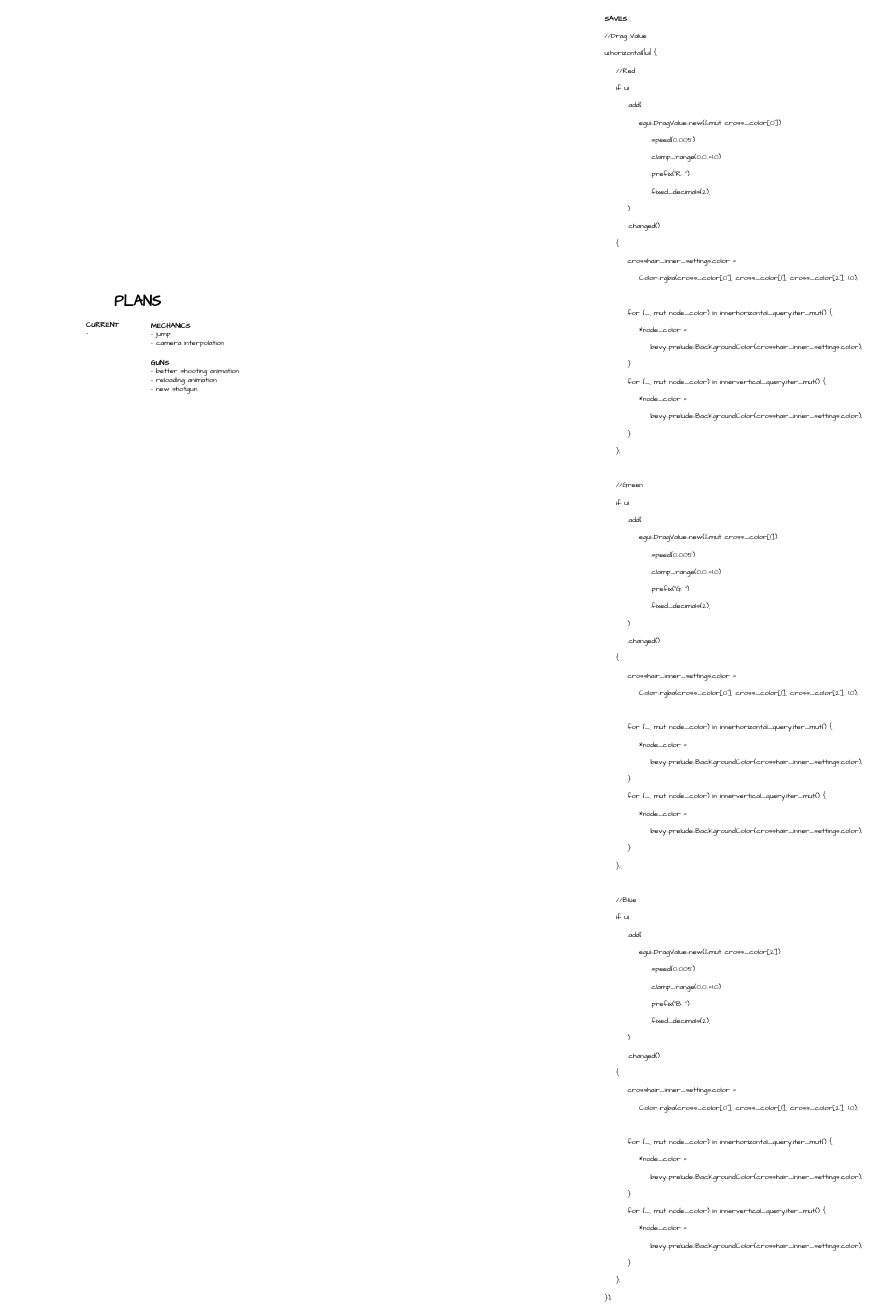
The draw.io diagram plans.drawio in HasChad/bevy-shooting-range, before the edit. Source tidied: cells renumbered, new cells numbered last; positions are measured from the earlier drawing's top-left corner, leaving out a move shared by most shapes. Both pictures are drawn from the tidied source at 36%, with x=0, y=0 at pixel (85, 6).
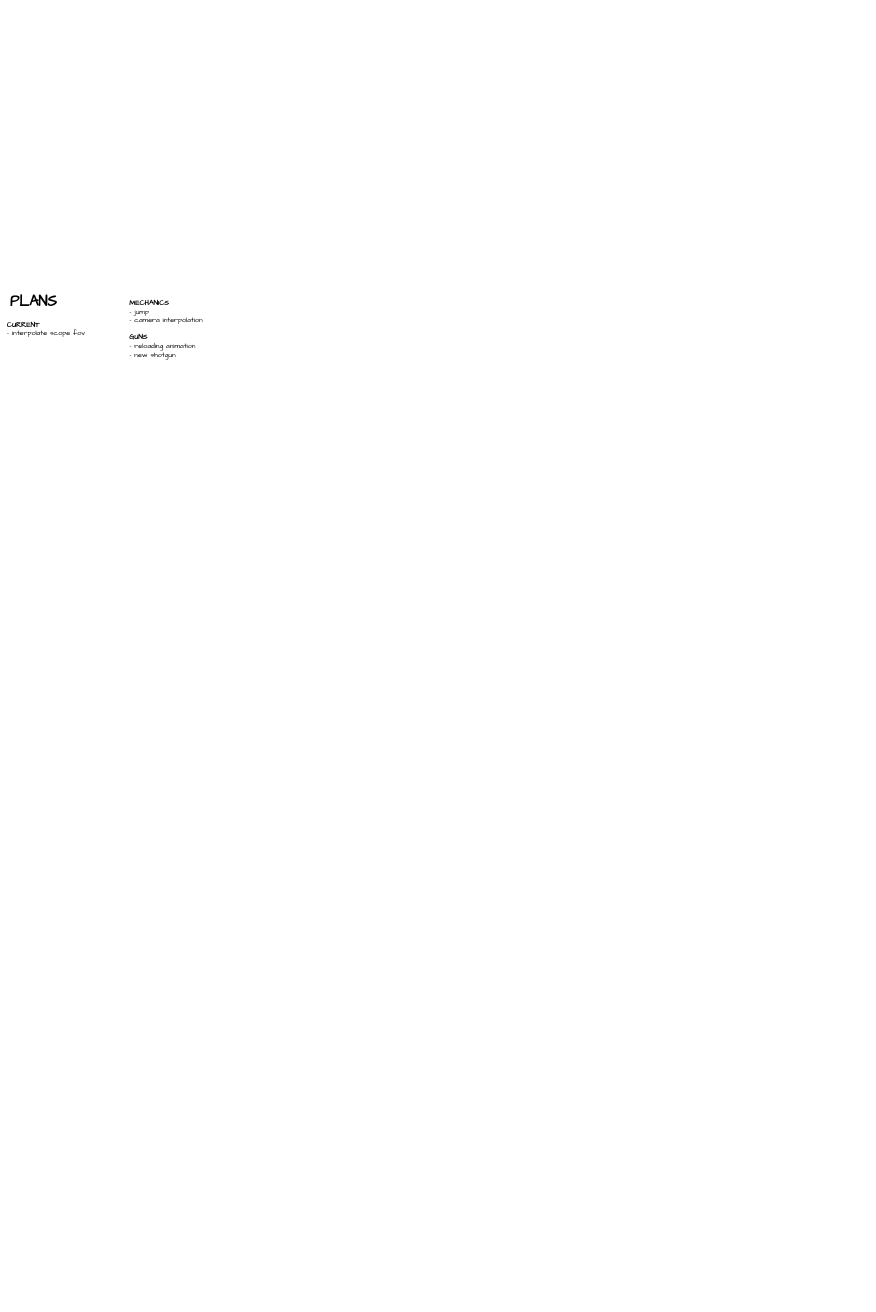
The same page after the edit.

What changed in the source:
```diff
@@
 <mxGraphModel>
   <root>
     <mxCell id="0" />
     <mxCell id="1" parent="0" />
-    <mxCell id="2" value="&lt;b&gt;GUNS&lt;br&gt;&lt;/b&gt;- better shooting animation&lt;br&gt;- reloading animation&lt;br&gt;- new shotgun" style="text;html=1;align=left;verticalAlign=middle;strokeColor=none;fillColor=none;fontSize=20;fontFamily=Architects Daughter;sketch=1;hachureGap=4;jiggle=2;curveFitting=1;" parent="1" vertex="1">
-      <mxGeometry x="180" y="970" width="270" height="110" as="geometry" />
-    </mxCell>
-    <mxCell id="3" value="&lt;b&gt;MECHANICS&lt;/b&gt;&lt;br&gt;- jump&lt;br&gt;- camera interpolation" style="text;html=1;align=left;verticalAlign=middle;strokeColor=none;fillColor=none;fontSize=20;fontFamily=Architects Daughter;sketch=1;hachureGap=4;jiggle=2;curveFitting=1;" parent="1" vertex="1">
-      <mxGeometry x="180" y="865" width="230" height="90" as="geometry" />
+    <mxCell id="3" value="&lt;b&gt;MECHANICS&lt;/b&gt;&lt;br&gt;- jump&lt;br&gt;- camera interpolation&lt;br&gt;&lt;br&gt;&lt;b&gt;GUNS&lt;br&gt;&lt;/b&gt;- reloading animation&lt;br&gt;- new shotgun" style="text;html=1;align=left;verticalAlign=middle;strokeColor=none;fillColor=none;fontSize=20;fontFamily=Architects Daughter;sketch=1;hachureGap=4;jiggle=2;curveFitting=1;" parent="1" vertex="1">
+      <mxGeometry x="120" y="805" width="230" height="180" as="geometry" />
     </mxCell>
-    <mxCell id="4" value="&lt;b&gt;CURRENT&lt;br&gt;&lt;/b&gt;-&amp;nbsp;&lt;b&gt;&lt;br&gt;&lt;/b&gt;" style="text;html=1;align=left;verticalAlign=middle;strokeColor=none;fillColor=none;fontSize=20;fontFamily=Architects Daughter;sketch=1;hachureGap=4;jiggle=2;curveFitting=1;" parent="1" vertex="1">
-      <mxGeometry y="865" width="110" height="60" as="geometry" />
+    <mxCell id="4" value="&lt;b&gt;CURRENT&lt;br&gt;&lt;/b&gt;- interpolate scope fov&lt;b&gt;&lt;br&gt;&lt;/b&gt;" style="text;html=1;align=left;verticalAlign=middle;strokeColor=none;fillColor=none;fontSize=20;fontFamily=Architects Daughter;sketch=1;hachureGap=4;jiggle=2;curveFitting=1;" parent="1" vertex="1">
+      <mxGeometry x="-220" y="865" width="240" height="60" as="geometry" />
     </mxCell>
     <mxCell id="5" value="&lt;b&gt;&lt;font style=&quot;font-size: 40px;&quot;&gt;PLANS&lt;/font&gt;&lt;/b&gt;" style="text;html=1;align=center;verticalAlign=middle;strokeColor=none;fillColor=none;fontSize=20;fontFamily=Architects Daughter;sketch=1;hachureGap=4;jiggle=2;curveFitting=1;" parent="1" vertex="1">
-      <mxGeometry x="70" y="790" width="150" height="60" as="geometry" />
+      <mxGeometry x="-220" y="790" width="150" height="60" as="geometry" />
     </mxCell>
-    <mxCell id="6" value="&lt;font style=&quot;&quot;&gt;&lt;b style=&quot;font-size: 20px;&quot;&gt;SAVES&lt;/b&gt;&lt;br&gt;&lt;div style=&quot;&quot;&gt;&lt;div&gt;&lt;span style=&quot;font-size: 20px;&quot;&gt;//Drag Value&lt;/span&gt;&lt;/div&gt;&lt;div&gt;&lt;span style=&quot;font-size: 20px;&quot;&gt;ui.horizontal(|ui| {&lt;/span&gt;&lt;/div&gt;&lt;div&gt;&lt;span style=&quot;font-size: 20px;&quot;&gt;&amp;nbsp; &amp;nbsp; //Red&lt;/span&gt;&lt;/div&gt;&lt;div&gt;&lt;span style=&quot;font-size: 20px;&quot;&gt;&amp;nbsp; &amp;nbsp; if ui&lt;/span&gt;&lt;/div&gt;&lt;div&gt;&lt;span style=&quot;font-size: 20px;&quot;&gt;&amp;nbsp; &amp;nbsp; &amp;nbsp; &amp;nbsp; .add(&lt;/span&gt;&lt;/div&gt;&lt;div&gt;&lt;span style=&quot;font-size: 20px;&quot;&gt;&amp;nbsp; &amp;nbsp; &amp;nbsp; &amp;nbsp; &amp;nbsp; &amp;nbsp; egui::DragValue::new(&amp;amp;mut cross_color[0])&lt;/span&gt;&lt;/div&gt;&lt;div&gt;&lt;span style=&quot;font-size: 20px;&quot;&gt;&amp;nbsp; &amp;nbsp; &amp;nbsp; &amp;nbsp; &amp;nbsp; &amp;nbsp; &amp;nbsp; &amp;nbsp; .speed(0.005)&lt;/span&gt;&lt;/div&gt;&lt;div&gt;&lt;span style=&quot;font-size: 20px;&quot;&gt;&amp;nbsp; &amp;nbsp; &amp;nbsp; &amp;nbsp; &amp;nbsp; &amp;nbsp; &amp;nbsp; &amp;nbsp; .clamp_range(0.0..=1.0)&lt;/span&gt;&lt;/div&gt;&lt;div&gt;&lt;span style=&quot;font-size: 20px;&quot;&gt;&amp;nbsp; &amp;nbsp; &amp;nbsp; &amp;nbsp; &amp;nbsp; &amp;nbsp; &amp;nbsp; &amp;nbsp; .prefix(&quot;R: &quot;)&lt;/span&gt;&lt;/div&gt;&lt;div&gt;&lt;span style=&quot;font-size: 20px;&quot;&gt;&amp;nbsp; &amp;nbsp; &amp;nbsp; &amp;nbsp; &amp;nbsp; &amp;nbsp; &amp;nbsp; &amp;nbsp; .fixed_decimals(2),&lt;/span&gt;&lt;/div&gt;&lt;div&gt;&lt;span style=&quot;font-size: 20px;&quot;&gt;&amp;nbsp; &amp;nbsp; &amp;nbsp; &amp;nbsp; )&lt;/span&gt;&lt;/div&gt;&lt;div&gt;&lt;span style=&quot;font-size: 20px;&quot;&gt;&amp;nbsp; &amp;nbsp; &amp;nbsp; &amp;nbsp; .changed()&lt;/span&gt;&lt;/div&gt;&lt;div&gt;&lt;span style=&quot;font-size: 20px;&quot;&gt;&amp;nbsp; &amp;nbsp; {&lt;/span&gt;&lt;/div&gt;&lt;div&gt;&lt;span style=&quot;font-size: 20px;&quot;&gt;&amp;nbsp; &amp;nbsp; &amp;nbsp; &amp;nbsp; crosshair_inner_settings.color =&lt;/span&gt;&lt;/div&gt;&lt;div&gt;&lt;span style=&quot;font-size: 20px;&quot;&gt;&amp;nbsp; &amp;nbsp; &amp;nbsp; &amp;nbsp; &amp;nbsp; &amp;nbsp; Color::rgba(cross_color[0], cross_color[1], cross_color[2], 1.0);&lt;/span&gt;&lt;/div&gt;&lt;div&gt;&lt;span style=&quot;font-size: 20px;&quot;&gt;&lt;br&gt;&lt;/span&gt;&lt;/div&gt;&lt;div&gt;&lt;span style=&quot;font-size: 20px;&quot;&gt;&amp;nbsp; &amp;nbsp; &amp;nbsp; &amp;nbsp; for (_, mut node_color) in innerhorizontal_query.iter_mut() {&lt;/span&gt;&lt;/div&gt;&lt;div&gt;&lt;span style=&quot;font-size: 20px;&quot;&gt;&amp;nbsp; &amp;nbsp; &amp;nbsp; &amp;nbsp; &amp;nbsp; &amp;nbsp; *node_color =&lt;/span&gt;&lt;/div&gt;&lt;div&gt;&lt;span style=&quot;font-size: 20px;&quot;&gt;&amp;nbsp; &amp;nbsp; &amp;nbsp; &amp;nbsp; &amp;nbsp; &amp;nbsp; &amp;nbsp; &amp;nbsp; bevy::prelude::BackgroundColor(crosshair_inner_settings.color);&lt;/span&gt;&lt;/div&gt;&lt;div&gt;&lt;span style=&quot;font-size: 20px;&quot;&gt;&amp;nbsp; &amp;nbsp; &amp;nbsp; &amp;nbsp; }&lt;/span&gt;&lt;/div&gt;&lt;div&gt;&lt;span style=&quot;font-size: 20px;&quot;&gt;&amp;nbsp; &amp;nbsp; &amp;nbsp; &amp;nbsp; for (_, mut node_color) in innervertical_query.iter_mut() {&lt;/span&gt;&lt;/div&gt;&lt;div&gt;&lt;span style=&quot;font-size: 20px;&quot;&gt;&amp;nbsp; &amp;nbsp; &amp;nbsp; &amp;nbsp; &amp;nbsp; &amp;nbsp; *node_color =&lt;/span&gt;&lt;/div&gt;&lt;div&gt;&lt;span style=&quot;font-size: 20px;&quot;&gt;&amp;nbsp; &amp;nbsp; &amp;nbsp; &amp;nbsp; &amp;nbsp; &amp;nbsp; &amp;nbsp; &amp;nbsp; bevy::prelude::BackgroundColor(crosshair_inner_settings.color);&lt;/span&gt;&lt;/div&gt;&lt;div&gt;&lt;span style=&quot;font-size: 20px;&quot;&gt;&amp;nbsp; &amp;nbsp; &amp;nbsp; &amp;nbsp; }&lt;/span&gt;&lt;/div&gt;&lt;div&gt;&lt;span style=&quot;font-size: 20px;&quot;&gt;&amp;nbsp; &amp;nbsp; };&lt;/span&gt;&lt;/div&gt;&lt;div&gt;&lt;span style=&quot;font-size: 20px;&quot;&gt;&lt;br&gt;&lt;/span&gt;&lt;/div&gt;&lt;div&gt;&lt;span style=&quot;font-size: 20px;&quot;&gt;&amp;nbsp; &amp;nbsp; //Green&lt;/span&gt;&lt;/div&gt;&lt;div&gt;&lt;span style=&quot;font-size: 20px;&quot;&gt;&amp;nbsp; &amp;nbsp; if ui&lt;/span&gt;&lt;/div&gt;&lt;div&gt;&lt;span style=&quot;font-size: 20px;&quot;&gt;&amp;nbsp; &amp;nbsp; &amp;nbsp; &amp;nbsp; .add(&lt;/span&gt;&lt;/div&gt;&lt;div&gt;&lt;span style=&quot;font-size: 20px;&quot;&gt;&amp;nbsp; &amp;nbsp; &amp;nbsp; &amp;nbsp; &amp;nbsp; &amp;nbsp; egui::DragValue::new(&amp;amp;mut cross_color[1])&lt;/span&gt;&lt;/div&gt;&lt;div&gt;&lt;span style=&quot;font-size: 20px;&quot;&gt;&amp;nbsp; &amp;nbsp; &amp;nbsp; &amp;nbsp; &amp;nbsp; &amp;nbsp; &amp;nbsp; &amp;nbsp; .speed(0.005)&lt;/span&gt;&lt;/div&gt;&lt;div&gt;&lt;span style=&quot;font-size: 20px;&quot;&gt;&amp;nbsp; &amp;nbsp; &amp;nbsp; &amp;nbsp; &amp;nbsp; &amp;nbsp; &amp;nbsp; &amp;nbsp; .clamp_range(0.0..=1.0)&lt;/span&gt;&lt;/div&gt;&lt;div&gt;&lt;span style=&quot;font-size: 20px;&quot;&gt;&amp;nbsp; &amp;nbsp; &amp;nbsp; &amp;nbsp; &amp;nbsp; &amp;nbsp; &amp;nbsp; &amp;nbsp; .prefix(&quot;G: &quot;)&lt;/span&gt;&lt;/div&gt;&lt;div&gt;&lt;span style=&quot;font-size: 20px;&quot;&gt;&amp;nbsp; &amp;nbsp; &amp;nbsp; &amp;nbsp; &amp;nbsp; &amp;nbsp; &amp;nbsp; &amp;nbsp; .fixed_decimals(2),&lt;/span&gt;&lt;/div&gt;&lt;div&gt;&lt;span style=&quot;font-size: 20px;&quot;&gt;&amp;nbsp; &amp;nbsp; &amp;nbsp; &amp;nbsp; )&lt;/span&gt;&lt;/div&gt;&lt;div&gt;&lt;span style=&quot;font-size: 20px;&quot;&gt;&amp;nbsp; &amp;nbsp; &amp;nbsp; &amp;nbsp; .changed()&lt;/span&gt;&lt;/div&gt;&lt;div&gt;&lt;span style=&quot;font-size: 20px;&quot;&gt;&amp;nbsp; &amp;nbsp; {&lt;/span&gt;&lt;/div&gt;&lt;div&gt;&lt;span style=&quot;font-size: 20px;&quot;&gt;&amp;nbsp; &amp;nbsp; &amp;nbsp; &amp;nbsp; crosshair_inner_settings.color =&lt;/span&gt;&lt;/div&gt;&lt;div&gt;&lt;span style=&quot;font-size: 20px;&quot;&gt;&amp;nbsp; &amp;nbsp; &amp;nbsp; &amp;nbsp; &amp;nbsp; &amp;nbsp; Color::rgba(cross_color[0], cross_color[1], cross_color[2], 1.0);&lt;/span&gt;&lt;/div&gt;&lt;div&gt;&lt;span style=&quot;font-size: 20px;&quot;&gt;&lt;br&gt;&lt;/span&gt;&lt;/div&gt;&lt;div&gt;&lt;span style=&quot;font-size: 20px;&quot;&gt;&amp;nbsp; &amp;nbsp; &amp;nbsp; &amp;nbsp; for (_, mut node_color) in innerhorizontal_query.iter_mut() {&lt;/span&gt;&lt;/div&gt;&lt;div&gt;&lt;span style=&quot;font-size: 20px;&quot;&gt;&amp;nbsp; &amp;nbsp; &amp;nbsp; &amp;nbsp; &amp;nbsp; &amp;nbsp; *node_color =&lt;/span&gt;&lt;/div&gt;&lt;div&gt;&lt;span style=&quot;font-size: 20px;&quot;&gt;&amp;nbsp; &amp;nbsp; &amp;nbsp; &amp;nbsp; &amp;nbsp; &amp;nbsp; &amp;nbsp; &amp;nbsp; bevy::prelude::BackgroundColor(crosshair_inner_settings.color);&lt;/span&gt;&lt;/div&gt;&lt;div&gt;&lt;span style=&quot;font-size: 20px;&quot;&gt;&amp;nbsp; &amp;nbsp; &amp;nbsp; &amp;nbsp; }&lt;/span&gt;&lt;/div&gt;&lt;div&gt;&lt;span style=&quot;font-size: 20px;&quot;&gt;&amp;nbsp; &amp;nbsp; &amp;nbsp; &amp;nbsp; for (_, mut node_color) in innervertical_query.iter_mut() {&lt;/span&gt;&lt;/div&gt;&lt;div&gt;&lt;span style=&quot;font-size: 20px;&quot;&gt;&amp;nbsp; &amp;nbsp; &amp;nbsp; &amp;nbsp; &amp;nbsp; &amp;nbsp; *node_color =&lt;/span&gt;&lt;/div&gt;&lt;div&gt;&lt;span style=&quot;font-size: 20px;&quot;&gt;&amp;nbsp; &amp;nbsp; &amp;nbsp; &amp;nbsp; &amp;nbsp; &amp;nbsp; &amp;nbsp; &amp;nbsp; bevy::prelude::BackgroundColor(crosshair_inner_settings.color);&lt;/span&gt;&lt;/div&gt;&lt;div&gt;&lt;span style=&quot;font-size: 20px;&quot;&gt;&amp;nbsp; &amp;nbsp; &amp;nbsp; &amp;nbsp; }&lt;/span&gt;&lt;/div&gt;&lt;div&gt;&lt;span style=&quot;font-size: 20px;&quot;&gt;&amp;nbsp; &amp;nbsp; };&lt;/span&gt;&lt;/div&gt;&lt;div&gt;&lt;span style=&quot;font-size: 20px;&quot;&gt;&lt;br&gt;&lt;/span&gt;&lt;/div&gt;&lt;div&gt;&lt;span style=&quot;font-size: 20px;&quot;&gt;&amp;nbsp; &amp;nbsp; //Blue&lt;/span&gt;&lt;/div&gt;&lt;div&gt;&lt;span style=&quot;font-size: 20px;&quot;&gt;&amp;nbsp; &amp;nbsp; if ui&lt;/span&gt;&lt;/div&gt;&lt;div&gt;&lt;span style=&quot;font-size: 20px;&quot;&gt;&amp;nbsp; &amp;nbsp; &amp;nbsp; &amp;nbsp; .add(&lt;/span&gt;&lt;/div&gt;&lt;div&gt;&lt;span style=&quot;font-size: 20px;&quot;&gt;&amp;nbsp; &amp;nbsp; &amp;nbsp; &amp;nbsp; &amp;nbsp; &amp;nbsp; egui::DragValue::new(&amp;amp;mut cross_color[2])&lt;/span&gt;&lt;/div&gt;&lt;div&gt;&lt;span style=&quot;font-size: 20px;&quot;&gt;&amp;nbsp; &amp;nbsp; &amp;nbsp; &amp;nbsp; &amp;nbsp; &amp;nbsp; &amp;nbsp; &amp;nbsp; .speed(0.005)&lt;/span&gt;&lt;/div&gt;&lt;div&gt;&lt;span style=&quot;font-size: 20px;&quot;&gt;&amp;nbsp; &amp;nbsp; &amp;nbsp; &amp;nbsp; &amp;nbsp; &amp;nbsp; &amp;nbsp; &amp;nbsp; .clamp_range(0.0..=1.0)&lt;/span&gt;&lt;/div&gt;&lt;div&gt;&lt;span style=&quot;font-size: 20px;&quot;&gt;&amp;nbsp; &amp;nbsp; &amp;nbsp; &amp;nbsp; &amp;nbsp; &amp;nbsp; &amp;nbsp; &amp;nbsp; .prefix(&quot;B: &quot;)&lt;/span&gt;&lt;/div&gt;&lt;div&gt;&lt;span style=&quot;font-size: 20px;&quot;&gt;&amp;nbsp; &amp;nbsp; &amp;nbsp; &amp;nbsp; &amp;nbsp; &amp;nbsp; &amp;nbsp; &amp;nbsp; .fixed_decimals(2),&lt;/span&gt;&lt;/div&gt;&lt;div&gt;&lt;span style=&quot;font-size: 20px;&quot;&gt;&amp;nbsp; &amp;nbsp; &amp;nbsp; &amp;nbsp; )&lt;/span&gt;&lt;/div&gt;&lt;div&gt;&lt;span style=&quot;font-size: 20px;&quot;&gt;&amp;nbsp; &amp;nbsp; &amp;nbsp; &amp;nbsp; .changed()&lt;/span&gt;&lt;/div&gt;&lt;div&gt;&lt;span style=&quot;font-size: 20px;&quot;&gt;&amp;nbsp; &amp;nbsp; {&lt;/span&gt;&lt;/div&gt;&lt;div&gt;&lt;span style=&quot;font-size: 20px;&quot;&gt;&amp;nbsp; &amp;nbsp; &amp;nbsp; &amp;nbsp; crosshair_inner_settings.color =&lt;/span&gt;&lt;/div&gt;&lt;div&gt;&lt;span style=&quot;font-size: 20px;&quot;&gt;&amp;nbsp; &amp;nbsp; &amp;nbsp; &amp;nbsp; &amp;nbsp; &amp;nbsp; Color::rgba(cross_color[0], cross_color[1], cross_color[2], 1.0);&lt;/span&gt;&lt;/div&gt;&lt;div&gt;&lt;span style=&quot;font-size: 20px;&quot;&gt;&lt;br&gt;&lt;/span&gt;&lt;/div&gt;&lt;div&gt;&lt;span style=&quot;font-size: 20px;&quot;&gt;&amp;nbsp; &amp;nbsp; &amp;nbsp; &amp;nbsp; for (_, mut node_color) in innerhorizontal_query.iter_mut() {&lt;/span&gt;&lt;/div&gt;&lt;div&gt;&lt;span style=&quot;font-size: 20px;&quot;&gt;&amp;nbsp; &amp;nbsp; &amp;nbsp; &amp;nbsp; &amp;nbsp; &amp;nbsp; *node_color =&lt;/span&gt;&lt;/div&gt;&lt;div&gt;&lt;span style=&quot;font-size: 20px;&quot;&gt;&amp;nbsp; &amp;nbsp; &amp;nbsp; &amp;nbsp; &amp;nbsp; &amp;nbsp; &amp;nbsp; &amp;nbsp; bevy::prelude::BackgroundColor(crosshair_inner_settings.color);&lt;/span&gt;&lt;/div&gt;&lt;div&gt;&lt;span style=&quot;font-size: 20px;&quot;&gt;&amp;nbsp; &amp;nbsp; &amp;nbsp; &amp;nbsp; }&lt;/span&gt;&lt;/div&gt;&lt;div&gt;&lt;span style=&quot;font-size: 20px;&quot;&gt;&amp;nbsp; &amp;nbsp; &amp;nbsp; &amp;nbsp; for (_, mut node_color) in innervertical_query.iter_mut() {&lt;/span&gt;&lt;/div&gt;&lt;div&gt;&lt;span style=&quot;font-size: 20px;&quot;&gt;&amp;nbsp; &amp;nbsp; &amp;nbsp; &amp;nbsp; &amp;nbsp; &amp;nbsp; *node_color =&lt;/span&gt;&lt;/div&gt;&lt;div&gt;&lt;span style=&quot;font-size: 20px;&quot;&gt;&amp;nbsp; &amp;nbsp; &amp;nbsp; &amp;nbsp; &amp;nbsp; &amp;nbsp; &amp;nbsp; &amp;nbsp; bevy::prelude::BackgroundColor(crosshair_inner_settings.color);&lt;/span&gt;&lt;/div&gt;&lt;div&gt;&lt;span style=&quot;font-size: 20px;&quot;&gt;&amp;nbsp; &amp;nbsp; &amp;nbsp; &amp;nbsp; }&lt;/span&gt;&lt;/div&gt;&lt;div&gt;&lt;span style=&quot;font-size: 20px;&quot;&gt;&amp;nbsp; &amp;nbsp; };&lt;/span&gt;&lt;/div&gt;&lt;div&gt;&lt;span style=&quot;font-size: 20px;&quot;&gt;});&lt;/span&gt;&lt;/div&gt;&lt;/div&gt;&lt;/font&gt;" style="text;html=1;align=left;verticalAlign=middle;strokeColor=none;fillColor=none;fontSize=40;fontFamily=Architects Daughter;sketch=1;hachureGap=4;jiggle=2;curveFitting=1;" parent="1" vertex="1">
-      <mxGeometry x="1440" width="740" height="3610" as="geometry" />
-    </mxCell>
   </root>
 </mxGraphModel>
```
